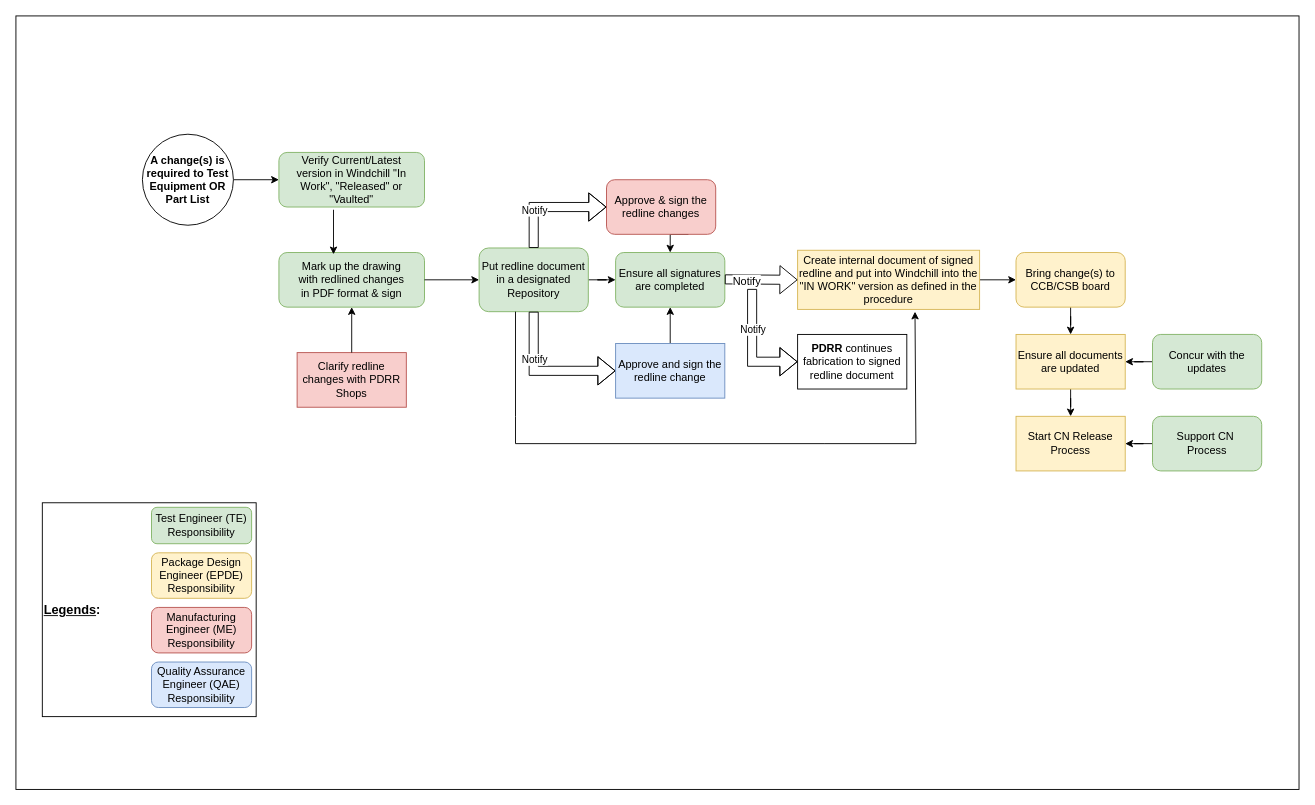
This is Untitled Diagram.drawio from lnguyen921/UTA, a draw.io file, before an edit. Source tidied: cells renumbered, new cells numbered last; positions are measured from the earlier drawing's top-left corner, leaving out a move shared by most shapes. Both pictures are drawn from the tidied source at 91%, with x=0, y=0 at pixel (15, 15).
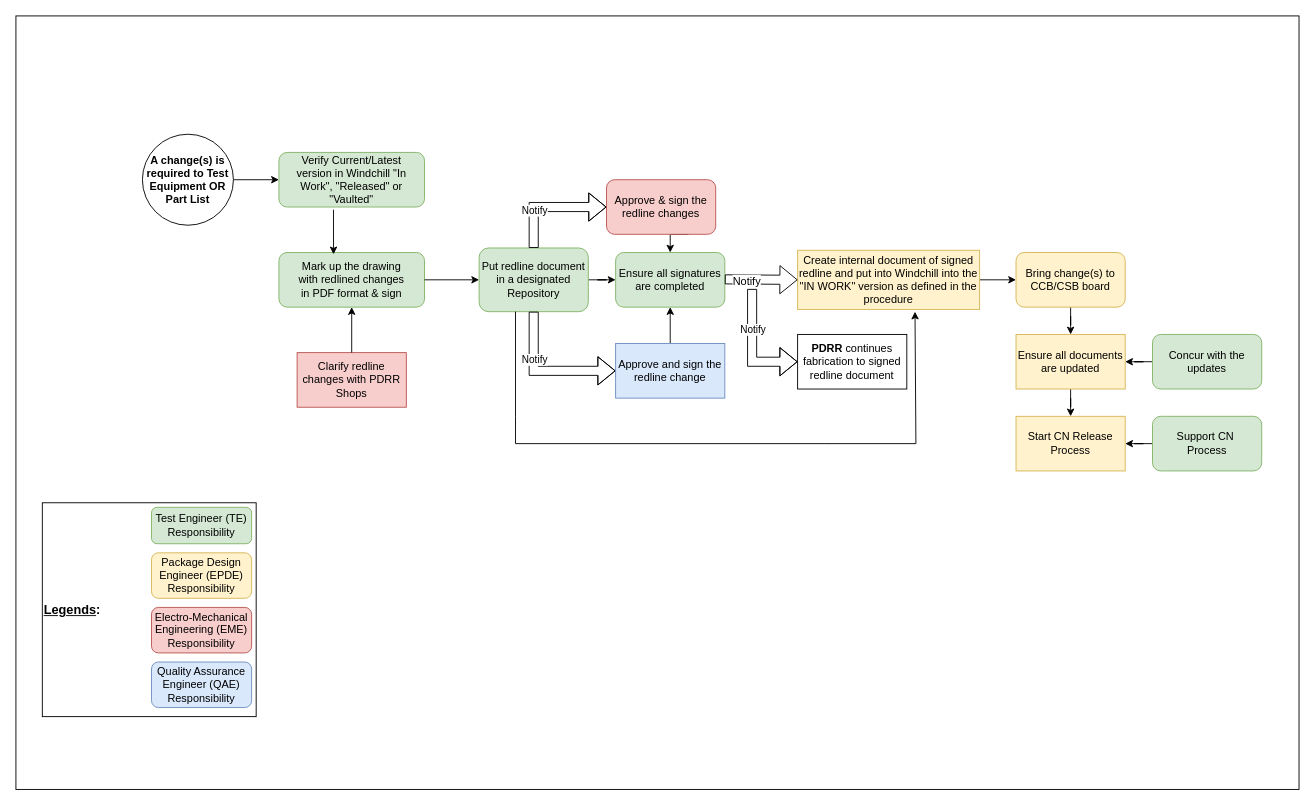
The same page after the edit.

What changed in the source:
```diff
@@
-    <mxCell id="42" value="Manufacturing Engineer (ME) Responsibility" style="rounded=1;whiteSpace=wrap;html=1;fillColor=#f8cecc;strokeColor=#b85450;glass=0;" parent="1" vertex="1">
+    <mxCell id="42" value="Electro-Mechanical Engineering (EME) Responsibility" style="rounded=1;whiteSpace=wrap;html=1;fillColor=#f8cecc;strokeColor=#b85450;glass=0;" parent="1" vertex="1">
       <mxGeometry x="149" y="650" width="110" height="50" as="geometry" />
     </mxCell>
```
